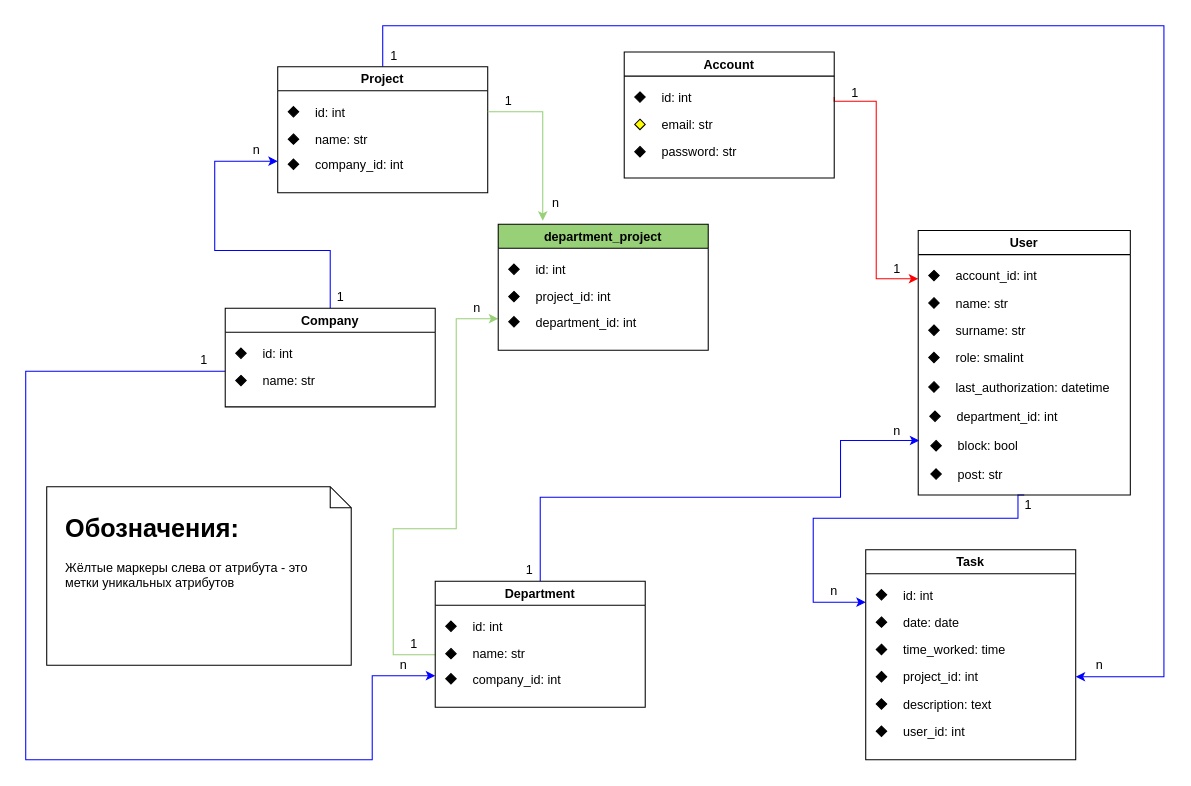
Before: documentation/Даталогическая модель базы данных.drawio in TeamLacit/web_app, a draw.io diagram. Source tidied: cells renumbered, new cells numbered last; positions are measured from the earlier drawing's top-left corner, leaving out a move shared by most shapes. Both pictures are drawn from the tidied source at 105%, with x=0, y=0 at pixel (25, 25).
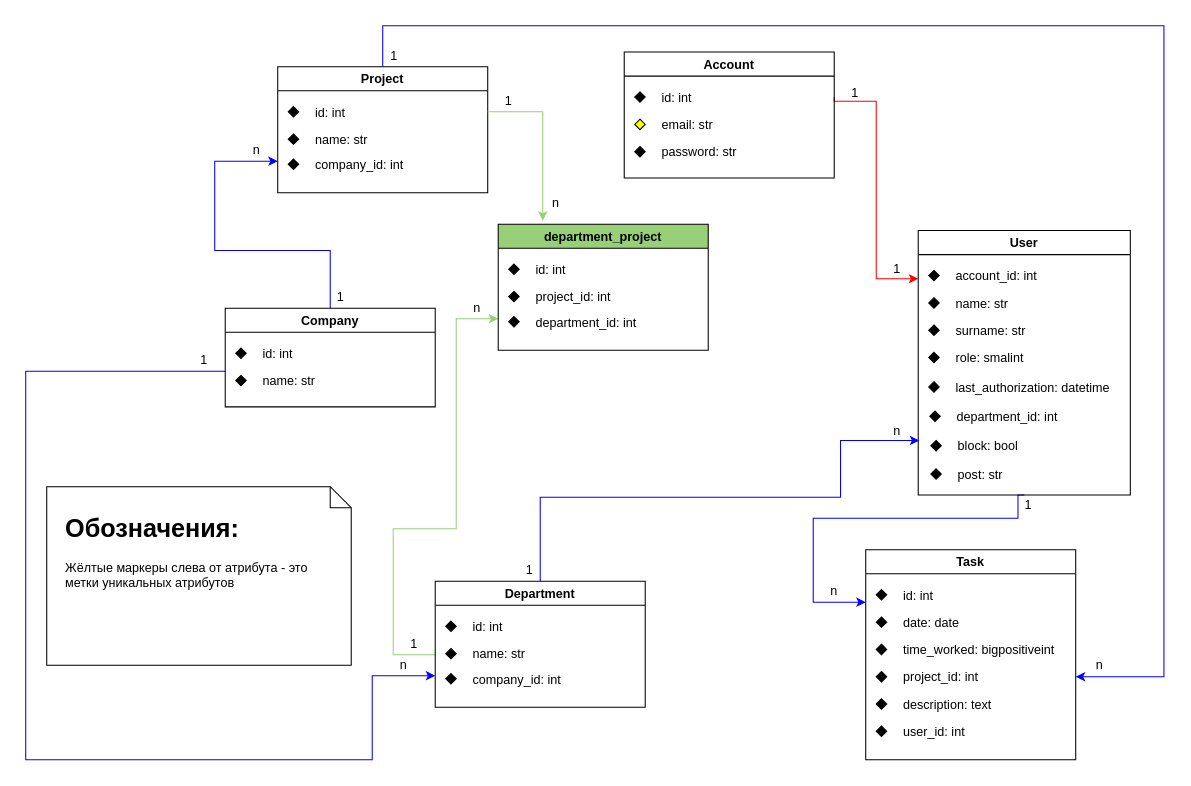
Above is the later version.

Unchanged cells that the change refers to:
```xml
<mxCell id="78" style="group;" parent="71" vertex="1">
  <mxGeometry x="10" y="82" width="190" height="26" as="geometry" />
</mxCell>
```

What changed in the source:
```diff
@@
-    <mxCell id="79" value="time_worked: time" style="text;strokeColor=none;fillColor=none;align=left;verticalAlign=top;spacingLeft=4;spacingRight=4;overflow=hidden;" parent="78" vertex="1">
+    <mxCell id="79" value="time_worked: bigpositiveint" style="text;strokeColor=none;fillColor=none;align=left;verticalAlign=top;spacingLeft=4;spacingRight=4;overflow=hidden;" parent="78" vertex="1">
       <mxGeometry x="20" width="170" height="26" as="geometry" />
     </mxCell>
```
